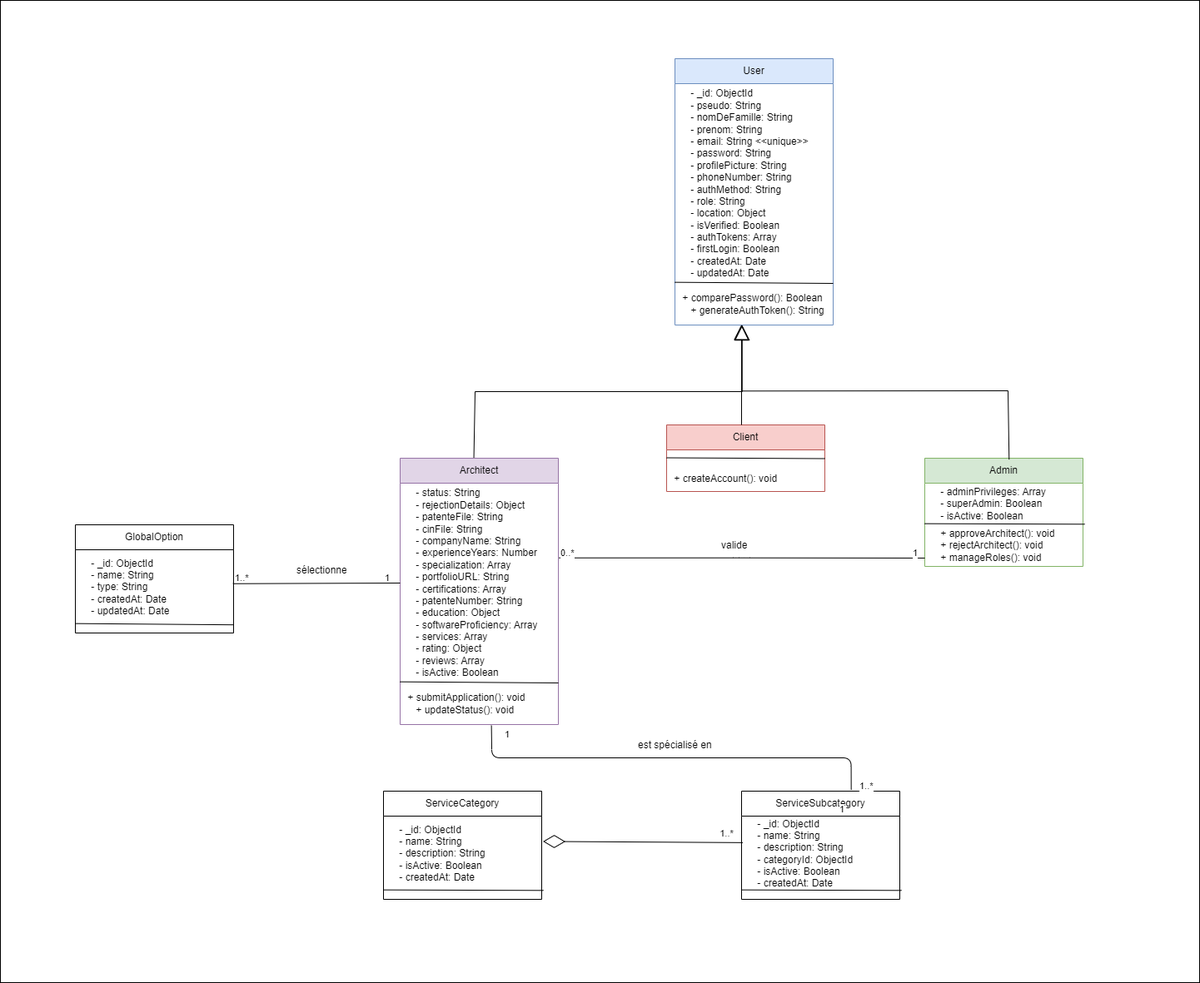
Above: Z-diagrams/dia.cal.sprint1.drawio.png in rouamajdoub/Visiona (draw.io), before the change. Source tidied: cells renumbered, new cells last; positions are measured from the earlier drawing's top-left corner, leaving out a move shared by most shapes.
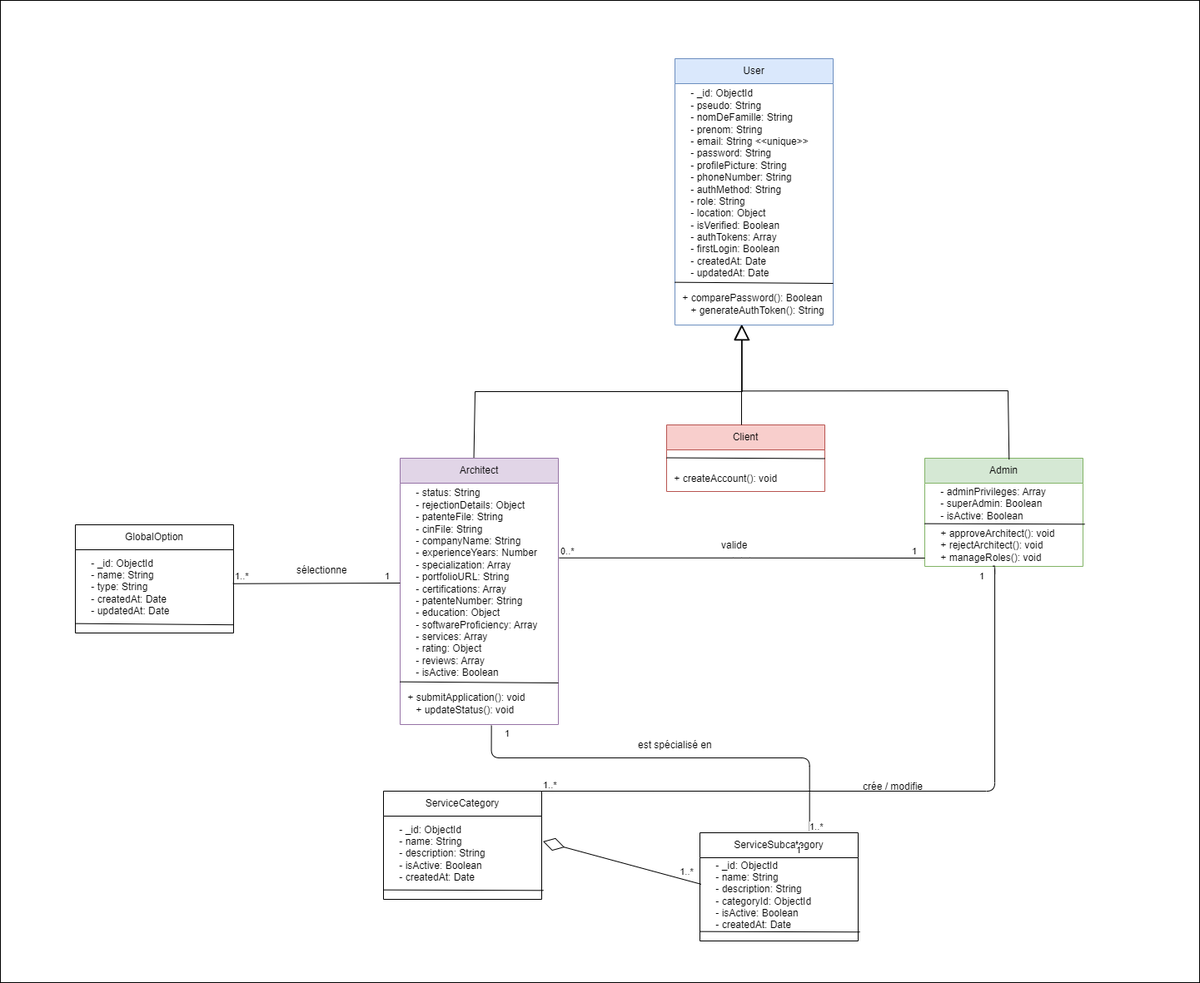
The same file after the commit.

Diff of the diagram source:
```diff
@@ -76,7 +76,7 @@
       <mxGeometry y="120" width="190" height="10" as="geometry" />
     </mxCell>
     <mxCell id="23" value="ServiceSubcategory" style="swimlane;fontStyle=0;horizontal=1;startSize=30;whiteSpace=wrap;html=1;" parent="1" vertex="1">
-      <mxGeometry x="890" y="950" width="190" height="130" as="geometry" />
+      <mxGeometry x="840" y="1000" width="190" height="130" as="geometry" />
     </mxCell>
     <mxCell id="24" value="&lt;div&gt;&lt;font color=&quot;#000000&quot;&gt;&amp;nbsp; &amp;nbsp; - _id: ObjectId&lt;/font&gt;&lt;/div&gt;&lt;div&gt;&lt;font color=&quot;#000000&quot;&gt;&amp;nbsp; &amp;nbsp; - name: String&lt;/font&gt;&lt;/div&gt;&lt;div&gt;&lt;font color=&quot;#000000&quot;&gt;&amp;nbsp; &amp;nbsp; - description: String&lt;/font&gt;&lt;/div&gt;&lt;div&gt;&lt;font color=&quot;#000000&quot;&gt;&amp;nbsp; &amp;nbsp; - categoryId: ObjectId&lt;/font&gt;&lt;/div&gt;&lt;div&gt;&lt;font color=&quot;#000000&quot;&gt;&amp;nbsp; &amp;nbsp; - isActive: Boolean&lt;/font&gt;&lt;/div&gt;&lt;div&gt;&lt;font color=&quot;#000000&quot;&gt;&amp;nbsp; &amp;nbsp; - createdAt: Date&lt;/font&gt;&lt;/div&gt;" style="text;strokeColor=none;fillColor=none;align=left;verticalAlign=middle;spacingLeft=4;spacingRight=4;overflow=hidden;points=[[0,0.5],[1,0.5]];portConstraint=eastwest;whiteSpace=wrap;html=1;" parent="23" vertex="1">
       <mxGeometry y="30" width="190" height="90" as="geometry" />
@@ -168,10 +168,8 @@
     <mxCell id="42" style="endArrow=none;html=1;edgeStyle=orthogonalEdgeStyle;exitX=0.577;exitY=1.024;exitDx=0;exitDy=0;exitPerimeter=0;entryX=0.693;entryY=-0.014;entryDx=0;entryDy=0;entryPerimeter=0;" parent="1" edge="1" source="13" target="23">
       <mxGeometry relative="1" as="geometry">
         <Array as="points">
-          <mxPoint x="590" y="873" />
-          <mxPoint x="590" y="873" />
           <mxPoint x="590" y="910" />
-          <mxPoint x="1022" y="910" />
+          <mxPoint x="972" y="910" />
         </Array>
       </mxGeometry>
     </mxCell>
@@ -187,9 +185,14 @@
     </mxCell>
     <mxCell id="45" value="1..*" style="edgeLabel;html=1;align=left;verticalAlign=bottom;" parent="42" vertex="1">
       <mxGeometry x="-1" relative="1" as="geometry">
-        <mxPoint x="440" y="79" as="offset" />
+        <mxPoint x="380" y="129" as="offset" />
       </mxGeometry>
     </mxCell>
+    <mxCell id="49" value="1..*" style="edgeLabel;html=1;align=left;verticalAlign=bottom;" parent="42" vertex="1">
+      <mxGeometry x="-1" relative="1" as="geometry">
+        <mxPoint x="60" y="79" as="offset" />
+      </mxGeometry>
+    </mxCell>
     <mxCell id="46" value="est spécialisé en" style="text;strokeColor=none;fillColor=none;align=left;verticalAlign=middle;spacingLeft=4;spacingRight=4;overflow=hidden;whiteSpace=wrap;html=1;" parent="1" vertex="1">
       <mxGeometry x="760" y="880" width="110" height="30" as="geometry" />
     </mxCell>
@@ -199,5 +202,21 @@
     <mxCell id="48" value="sélectionne" style="text;strokeColor=none;fillColor=none;align=left;verticalAlign=middle;spacingLeft=4;spacingRight=4;overflow=hidden;whiteSpace=wrap;html=1;" parent="1" vertex="1">
       <mxGeometry x="350" y="670" width="70" height="30" as="geometry" />
     </mxCell>
+    <mxCell id="50" style="endArrow=none;html=1;edgeStyle=orthogonalEdgeStyle;exitX=1;exitY=0;exitDx=0;exitDy=0;entryX=0.431;entryY=0.993;entryDx=0;entryDy=0;entryPerimeter=0;" parent="1" edge="1" source="19" target="17">
+      <mxGeometry relative="1" as="geometry">
+        <Array as="points">
+          <mxPoint x="1194" y="950" />
+          <mxPoint x="1194" y="680" />
+        </Array>
+      </mxGeometry>
+    </mxCell>
+    <mxCell id="51" value="1" style="edgeLabel;html=1;align=right;verticalAlign=bottom;" parent="50" vertex="1">
+      <mxGeometry x="1" relative="1" as="geometry">
+        <mxPoint x="-10" y="20" as="offset" />
+      </mxGeometry>
+    </mxCell>
+    <mxCell id="52" value="crée / modifie" style="text;strokeColor=none;fillColor=none;align=left;verticalAlign=middle;spacingLeft=4;spacingRight=4;overflow=hidden;whiteSpace=wrap;html=1;" parent="1" vertex="1">
+      <mxGeometry x="1030" y="930" width="110" height="30" as="geometry" />
+    </mxCell>
   </root>
 </mxGraphModel>
```
